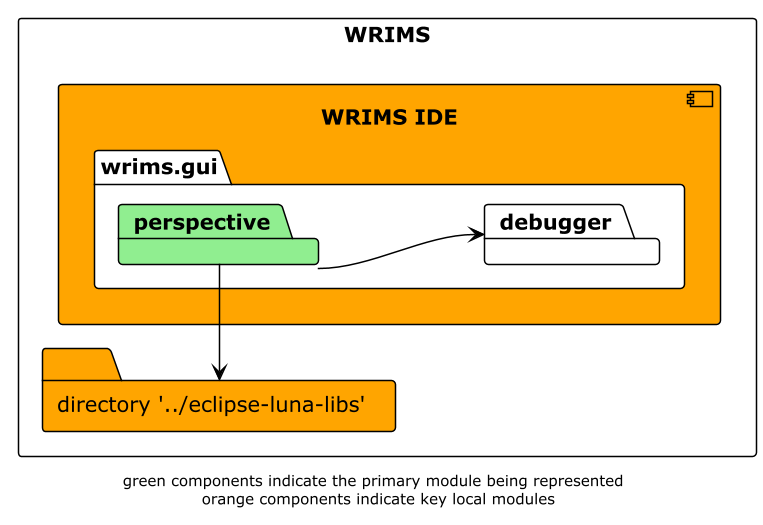
Earlier version of the PlantUML export docs/diagrams/wrims-modules/wrims-ide/wrims-ide_perspective.png (CentralValleyModeling/wrims-gui).
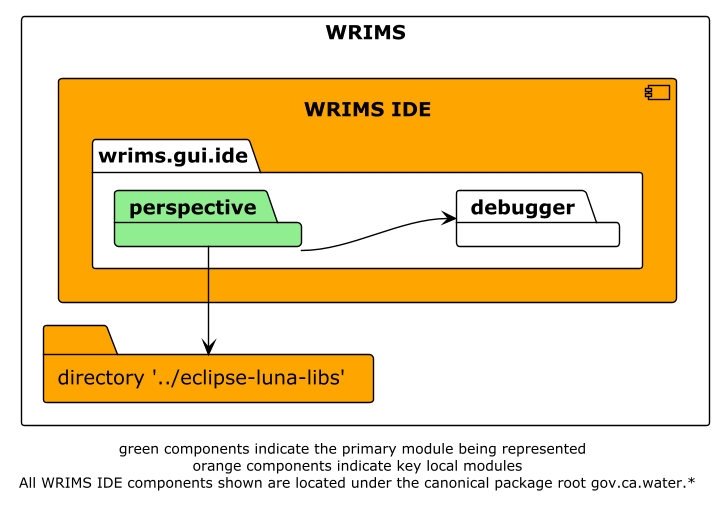
After the commit.

What changed in the source:
```diff
@@ -6,7 +6,7 @@
 
 rectangle WRIMS {
     component wrims-ide as "WRIMS IDE" #orange {
-        package wrims.gui {
+        package wrims.gui.ide {
             package perspective #lightgreen
             package debugger
         }
@@ -18,5 +18,5 @@
 perspective -r-> luna_libs
 perspective -d-> debugger
 
-footer "green components indicate the primary module being represented \n orange components indicate key local modules"
+footer "green components indicate the primary module being represented \n orange components indicate key local modules\n All WRIMS IDE components shown are located under the canonical package root gov.ca.water.*"
 @enduml
```
